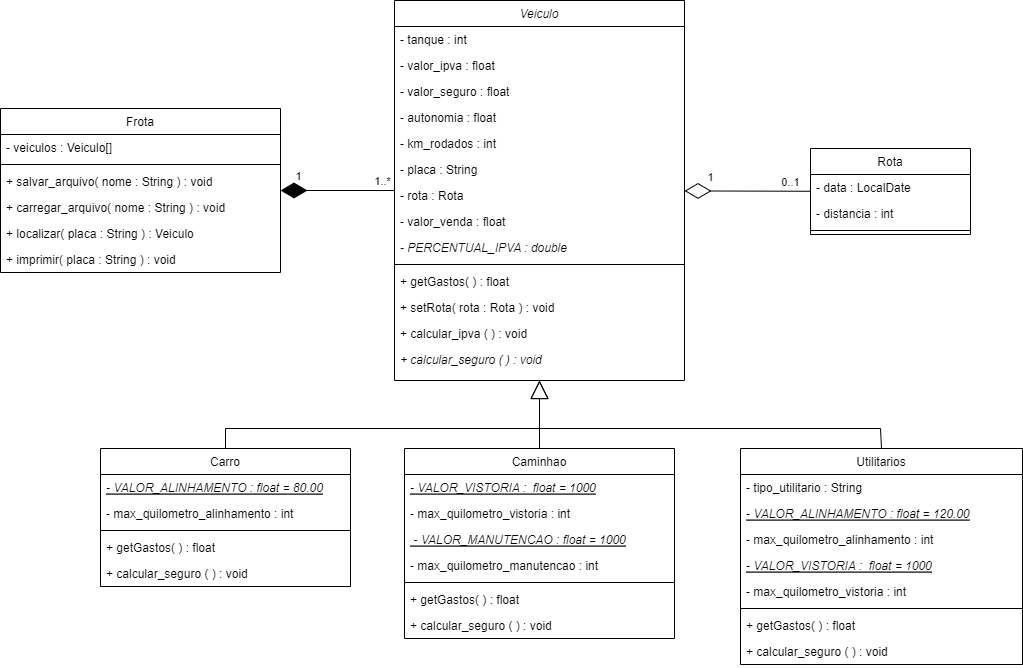
Earlier version of the draw.io export docs/diagramas/diagrama_lpm.png (DisciplinasProgramacao/projetos-3-4-5-team-alpha). Source tidied: cells renumbered, new cells last; positions are measured from the earlier drawing's top-left corner, leaving out a move shared by most shapes.
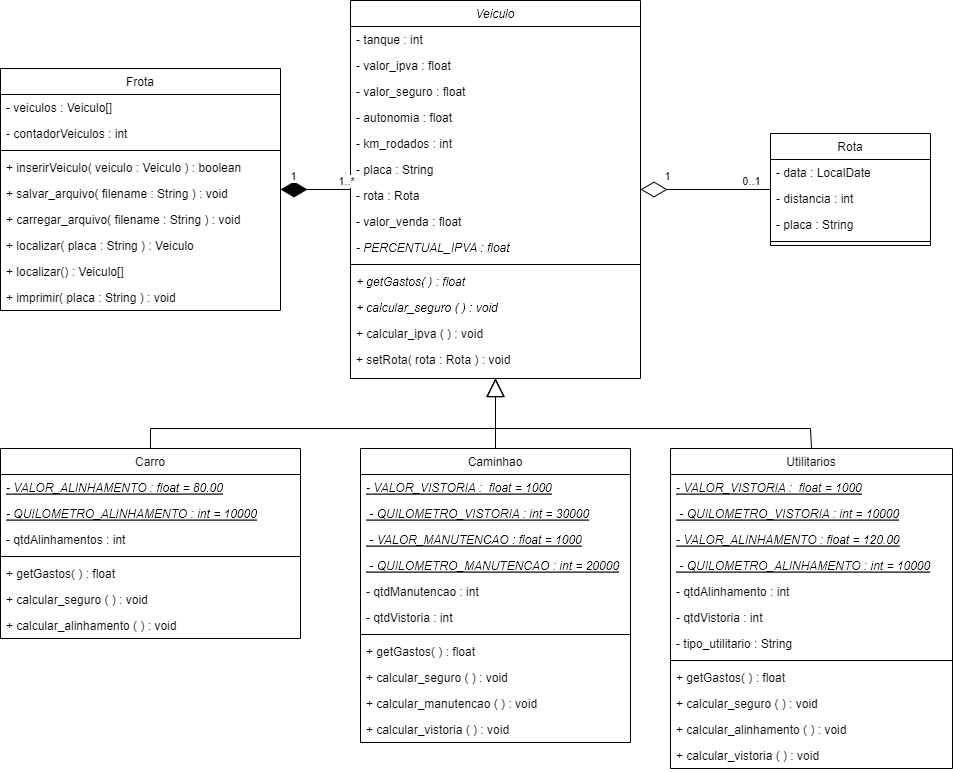
Above is the later version.

Commit message:
[Update] Atualização da uml e compatibilização da uml com o código

Change to the diagram source:
```diff
@@ -3,7 +3,7 @@
     <mxCell id="0" />
     <mxCell id="1" parent="0" />
     <mxCell id="2" value="Veiculo" style="swimlane;fontStyle=2;align=center;verticalAlign=top;horizontal=1;startSize=26;rounded=0;shadow=0;strokeWidth=1;" parent="1" vertex="1">
-      <mxGeometry x="394" width="290" height="380" as="geometry" />
+      <mxGeometry x="420" width="290" height="378" as="geometry" />
     </mxCell>
     <mxCell id="3" value="- tanque : int" style="text;align=left;verticalAlign=top;spacingLeft=4;spacingRight=4;overflow=hidden;rounded=0;shadow=0;html=0;" parent="2" vertex="1">
       <mxGeometry y="26" width="290" height="26" as="geometry" />
@@ -29,68 +29,86 @@
     <mxCell id="10" value="- valor_venda : float" style="text;align=left;verticalAlign=top;spacingLeft=4;spacingRight=4;overflow=hidden;" parent="2" vertex="1">
       <mxGeometry y="208" width="290" height="26" as="geometry" />
     </mxCell>
-    <mxCell id="11" value="- PERCENTUAL_IPVA : double" style="text;align=left;verticalAlign=top;spacingLeft=4;spacingRight=4;overflow=hidden;fontStyle=2;" parent="2" vertex="1">
-      <mxGeometry y="234" width="290" height="26" as="geometry" />
-    </mxCell>
+    <mxCell id="60" value="- PERCENTUAL_IPVA : float" style="text;align=left;verticalAlign=top;spacingLeft=4;spacingRight=4;overflow=hidden;fontStyle=2;" parent="2" vertex="1">
+      <mxGeometry y="234" width="290" height="26" as="geometry" />
+    </mxCell>
     <mxCell id="12" style="line;html=1;strokeWidth=1;align=left;verticalAlign=middle;spacingTop=-1;spacingLeft=3;spacingRight=3;labelPosition=right;" parent="2" vertex="1">
       <mxGeometry y="260" width="290" height="8" as="geometry" />
     </mxCell>
-    <mxCell id="13" value="+ getGastos( ) : float" style="text;align=left;verticalAlign=top;spacingLeft=4;spacingRight=4;overflow=hidden;" parent="2" vertex="1">
+    <mxCell id="13" value="+ getGastos( ) : float" style="text;align=left;verticalAlign=top;spacingLeft=4;spacingRight=4;overflow=hidden;fontStyle=2;" parent="2" vertex="1">
       <mxGeometry y="268" width="290" height="26" as="geometry" />
     </mxCell>
+    <mxCell id="16" value="+ calcular_seguro ( ) : void" style="text;align=left;verticalAlign=top;spacingLeft=4;spacingRight=4;overflow=hidden;fontStyle=2;" parent="2" vertex="1">
+      <mxGeometry y="294" width="290" height="26" as="geometry" />
+    </mxCell>
+    <mxCell id="15" value="+ calcular_ipva ( ) : void" style="text;align=left;verticalAlign=top;spacingLeft=4;spacingRight=4;overflow=hidden;fontStyle=0;" parent="2" vertex="1">
+      <mxGeometry y="320" width="290" height="26" as="geometry" />
+    </mxCell>
     <mxCell id="14" value="+ setRota( rota : Rota ) : void" style="text;align=left;verticalAlign=top;spacingLeft=4;spacingRight=4;overflow=hidden;" parent="2" vertex="1">
-      <mxGeometry y="294" width="290" height="26" as="geometry" />
+      <mxGeometry y="346" width="290" height="26" as="geometry" />
     </mxCell>
-    <mxCell id="15" value="+ calcular_ipva ( ) : void" style="text;align=left;verticalAlign=top;spacingLeft=4;spacingRight=4;overflow=hidden;" parent="2" vertex="1">
-      <mxGeometry y="320" width="290" height="26" as="geometry" />
-    </mxCell>
-    <mxCell id="16" value="+ calcular_seguro ( ) : void" style="text;align=left;verticalAlign=top;spacingLeft=4;spacingRight=4;overflow=hidden;fontStyle=2;" parent="2" vertex="1">
-      <mxGeometry y="346" width="290" height="26" as="geometry" />
-    </mxCell>
     <mxCell id="17" value="Carro" style="swimlane;fontStyle=0;align=center;verticalAlign=top;horizontal=1;startSize=26;rounded=0;shadow=0;strokeWidth=1;" parent="1" vertex="1">
-      <mxGeometry x="100" y="448" width="250" height="138" as="geometry" />
+      <mxGeometry x="70" y="448" width="300" height="190" as="geometry" />
     </mxCell>
     <mxCell id="18" value="- VALOR_ALINHAMENTO : float = 80.00" style="text;align=left;verticalAlign=top;spacingLeft=4;spacingRight=4;overflow=hidden;fontStyle=6;" parent="17" vertex="1">
-      <mxGeometry y="26" width="250" height="26" as="geometry" />
+      <mxGeometry y="26" width="300" height="26" as="geometry" />
     </mxCell>
-    <mxCell id="19" value="- max_quilometro_alinhamento : int" style="text;align=left;verticalAlign=top;spacingLeft=4;spacingRight=4;overflow=hidden;fontStyle=0;" parent="17" vertex="1">
-      <mxGeometry y="52" width="250" height="26" as="geometry" />
+    <mxCell id="19" value="- QUILOMETRO_ALINHAMENTO : int = 10000" style="text;align=left;verticalAlign=top;spacingLeft=4;spacingRight=4;overflow=hidden;fontStyle=6;" parent="17" vertex="1">
+      <mxGeometry y="52" width="300" height="26" as="geometry" />
     </mxCell>
+    <mxCell id="61" value="- qtdAlinhamentos : int " style="text;align=left;verticalAlign=top;spacingLeft=4;spacingRight=4;overflow=hidden;fontStyle=0;" parent="17" vertex="1">
+      <mxGeometry y="78" width="300" height="26" as="geometry" />
+    </mxCell>
     <mxCell id="20" style="line;html=1;strokeWidth=1;align=left;verticalAlign=middle;spacingTop=-1;spacingLeft=3;spacingRight=3;labelPosition=right;" parent="17" vertex="1">
-      <mxGeometry y="78" width="250" height="8" as="geometry" />
+      <mxGeometry y="104" width="300" height="8" as="geometry" />
     </mxCell>
     <mxCell id="21" value="+ getGastos( ) : float" style="text;align=left;verticalAlign=top;spacingLeft=4;spacingRight=4;overflow=hidden;" parent="17" vertex="1">
-      <mxGeometry y="86" width="250" height="26" as="geometry" />
+      <mxGeometry y="112" width="300" height="26" as="geometry" />
     </mxCell>
     <mxCell id="22" value="+ calcular_seguro ( ) : void" style="text;align=left;verticalAlign=top;spacingLeft=4;spacingRight=4;overflow=hidden;" parent="17" vertex="1">
-      <mxGeometry y="112" width="250" height="26" as="geometry" />
+      <mxGeometry y="138" width="300" height="26" as="geometry" />
     </mxCell>
+    <mxCell id="62" value="+ calcular_alinhamento ( ) : void" style="text;align=left;verticalAlign=top;spacingLeft=4;spacingRight=4;overflow=hidden;" parent="17" vertex="1">
+      <mxGeometry y="164" width="300" height="26" as="geometry" />
+    </mxCell>
     <mxCell id="23" value="Caminhao" style="swimlane;fontStyle=0;align=center;verticalAlign=top;horizontal=1;startSize=26;rounded=0;shadow=0;strokeWidth=1;" parent="1" vertex="1">
-      <mxGeometry x="404" y="448" width="270" height="190" as="geometry" />
+      <mxGeometry x="430" y="448" width="270" height="294" as="geometry" />
     </mxCell>
     <mxCell id="24" value="- VALOR_VISTORIA :  float = 1000" style="text;align=left;verticalAlign=top;spacingLeft=4;spacingRight=4;overflow=hidden;rounded=0;shadow=0;html=0;fontStyle=6;" parent="23" vertex="1">
       <mxGeometry y="26" width="270" height="26" as="geometry" />
     </mxCell>
-    <mxCell id="25" value="- max_quilometro_vistoria : int" style="text;align=left;verticalAlign=top;spacingLeft=4;spacingRight=4;overflow=hidden;fontStyle=0;" parent="23" vertex="1">
-      <mxGeometry y="52" width="270" height="26" as="geometry" />
-    </mxCell>
-    <mxCell id="26" value=" - VALOR_MANUTENCAO : float = 1000" style="text;align=left;verticalAlign=top;spacingLeft=4;spacingRight=4;overflow=hidden;fontStyle=6;" parent="23" vertex="1">
-      <mxGeometry y="78" width="270" height="26" as="geometry" />
+    <mxCell id="26" value=" - QUILOMETRO_VISTORIA : int = 30000" style="text;align=left;verticalAlign=top;spacingLeft=4;spacingRight=4;overflow=hidden;fontStyle=6;" parent="23" vertex="1">
+      <mxGeometry y="52" width="270" height="26" as="geometry" />
     </mxCell>
-    <mxCell id="27" value="- max_quilometro_manutencao : int" style="text;align=left;verticalAlign=top;spacingLeft=4;spacingRight=4;overflow=hidden;fontStyle=0;" parent="23" vertex="1">
-      <mxGeometry y="104" width="270" height="26" as="geometry" />
-    </mxCell>
+    <mxCell id="63" value=" - VALOR_MANUTENCAO : float = 1000" style="text;align=left;verticalAlign=top;spacingLeft=4;spacingRight=4;overflow=hidden;fontStyle=6;" parent="23" vertex="1">
+      <mxGeometry y="78" width="270" height="26" as="geometry" />
+    </mxCell>
+    <mxCell id="64" value=" - QUILOMETRO_MANUTENCAO : int = 20000" style="text;align=left;verticalAlign=top;spacingLeft=4;spacingRight=4;overflow=hidden;fontStyle=6;" parent="23" vertex="1">
+      <mxGeometry y="104" width="270" height="26" as="geometry" />
+    </mxCell>
+    <mxCell id="65" value="- qtdManutencao : int " style="text;align=left;verticalAlign=top;spacingLeft=4;spacingRight=4;overflow=hidden;fontStyle=0;" parent="23" vertex="1">
+      <mxGeometry y="130" width="270" height="26" as="geometry" />
+    </mxCell>
+    <mxCell id="66" value="- qtdVistoria : int " style="text;align=left;verticalAlign=top;spacingLeft=4;spacingRight=4;overflow=hidden;fontStyle=0;" parent="23" vertex="1">
+      <mxGeometry y="156" width="270" height="26" as="geometry" />
+    </mxCell>
     <mxCell id="28" style="line;html=1;strokeWidth=1;align=left;verticalAlign=middle;spacingTop=-1;spacingLeft=3;spacingRight=3;labelPosition=right;" parent="23" vertex="1">
-      <mxGeometry y="130" width="270" height="8" as="geometry" />
+      <mxGeometry y="182" width="270" height="8" as="geometry" />
     </mxCell>
     <mxCell id="29" value="+ getGastos( ) : float" style="text;align=left;verticalAlign=top;spacingLeft=4;spacingRight=4;overflow=hidden;" parent="23" vertex="1">
-      <mxGeometry y="138" width="270" height="26" as="geometry" />
+      <mxGeometry y="190" width="270" height="26" as="geometry" />
     </mxCell>
     <mxCell id="30" value="+ calcular_seguro ( ) : void" style="text;align=left;verticalAlign=top;spacingLeft=4;spacingRight=4;overflow=hidden;" parent="23" vertex="1">
-      <mxGeometry y="164" width="270" height="26" as="geometry" />
+      <mxGeometry y="216" width="270" height="26" as="geometry" />
     </mxCell>
+    <mxCell id="67" value="+ calcular_manutencao ( ) : void" style="text;align=left;verticalAlign=top;spacingLeft=4;spacingRight=4;overflow=hidden;" parent="23" vertex="1">
+      <mxGeometry y="242" width="270" height="26" as="geometry" />
+    </mxCell>
+    <mxCell id="68" value="+ calcular_vistoria ( ) : void" style="text;align=left;verticalAlign=top;spacingLeft=4;spacingRight=4;overflow=hidden;" parent="23" vertex="1">
+      <mxGeometry y="268" width="270" height="26" as="geometry" />
+    </mxCell>
     <mxCell id="31" value="Rota" style="swimlane;fontStyle=0;align=center;verticalAlign=top;horizontal=1;startSize=26;rounded=0;shadow=0;strokeWidth=1;" parent="1" vertex="1">
-      <mxGeometry x="810" y="148" width="160" height="86" as="geometry" />
+      <mxGeometry x="840" y="133" width="160" height="112" as="geometry" />
     </mxCell>
     <mxCell id="32" value="- data : LocalDate" style="text;align=left;verticalAlign=top;spacingLeft=4;spacingRight=4;overflow=hidden;rounded=0;shadow=0;html=0;" parent="31" vertex="1">
       <mxGeometry y="26" width="160" height="26" as="geometry" />
@@ -98,72 +116,96 @@
     <mxCell id="33" value="- distancia : int" style="text;align=left;verticalAlign=top;spacingLeft=4;spacingRight=4;overflow=hidden;rounded=0;shadow=0;html=0;" parent="31" vertex="1">
       <mxGeometry y="52" width="160" height="26" as="geometry" />
     </mxCell>
+    <mxCell id="69" value="- placa : String" style="text;align=left;verticalAlign=top;spacingLeft=4;spacingRight=4;overflow=hidden;rounded=0;shadow=0;html=0;" parent="31" vertex="1">
+      <mxGeometry y="78" width="160" height="26" as="geometry" />
+    </mxCell>
     <mxCell id="34" style="line;html=1;strokeWidth=1;align=left;verticalAlign=middle;spacingTop=-1;spacingLeft=3;spacingRight=3;labelPosition=right;" parent="31" vertex="1">
-      <mxGeometry y="78" width="160" height="8" as="geometry" />
+      <mxGeometry y="104" width="160" height="8" as="geometry" />
     </mxCell>
     <mxCell id="35" value="Utilitarios" style="swimlane;fontStyle=0;align=center;verticalAlign=top;horizontal=1;startSize=26;rounded=0;shadow=0;strokeWidth=1;" parent="1" vertex="1">
-      <mxGeometry x="740" y="448" width="282" height="216" as="geometry" />
+      <mxGeometry x="740" y="448" width="282" height="320" as="geometry" />
     </mxCell>
+    <mxCell id="39" value="- VALOR_VISTORIA :  float = 1000" style="text;align=left;verticalAlign=top;spacingLeft=4;spacingRight=4;overflow=hidden;rounded=0;shadow=0;html=0;fontStyle=6;" parent="35" vertex="1">
+      <mxGeometry y="26" width="282" height="26" as="geometry" />
+    </mxCell>
+    <mxCell id="70" value=" - QUILOMETRO_VISTORIA : int = 10000" style="text;align=left;verticalAlign=top;spacingLeft=4;spacingRight=4;overflow=hidden;fontStyle=6;" parent="35" vertex="1">
+      <mxGeometry y="52" width="282" height="26" as="geometry" />
+    </mxCell>
+    <mxCell id="37" value="- VALOR_ALINHAMENTO : float = 120.00" style="text;align=left;verticalAlign=top;spacingLeft=4;spacingRight=4;overflow=hidden;fontStyle=6;" parent="35" vertex="1">
+      <mxGeometry y="78" width="282" height="26" as="geometry" />
+    </mxCell>
+    <mxCell id="71" value=" - QUILOMETRO_ALINHAMENTO : int = 10000" style="text;align=left;verticalAlign=top;spacingLeft=4;spacingRight=4;overflow=hidden;fontStyle=6;" parent="35" vertex="1">
+      <mxGeometry y="104" width="282" height="26" as="geometry" />
+    </mxCell>
+    <mxCell id="72" value="- qtdAlinhamento : int " style="text;align=left;verticalAlign=top;spacingLeft=4;spacingRight=4;overflow=hidden;fontStyle=0;" parent="35" vertex="1">
+      <mxGeometry y="130" width="282" height="26" as="geometry" />
+    </mxCell>
+    <mxCell id="73" value="- qtdVistoria : int " style="text;align=left;verticalAlign=top;spacingLeft=4;spacingRight=4;overflow=hidden;fontStyle=0;" parent="35" vertex="1">
+      <mxGeometry y="156" width="282" height="26" as="geometry" />
+    </mxCell>
     <mxCell id="36" value="- tipo_utilitario : String" style="text;align=left;verticalAlign=top;spacingLeft=4;spacingRight=4;overflow=hidden;fontStyle=0;" parent="35" vertex="1">
-      <mxGeometry y="26" width="282" height="26" as="geometry" />
+      <mxGeometry y="182" width="282" height="26" as="geometry" />
     </mxCell>
-    <mxCell id="37" value="- VALOR_ALINHAMENTO : float = 120.00" style="text;align=left;verticalAlign=top;spacingLeft=4;spacingRight=4;overflow=hidden;fontStyle=6;" parent="35" vertex="1">
-      <mxGeometry y="52" width="282" height="26" as="geometry" />
-    </mxCell>
-    <mxCell id="38" value="- max_quilometro_alinhamento : int" style="text;align=left;verticalAlign=top;spacingLeft=4;spacingRight=4;overflow=hidden;fontStyle=0;" parent="35" vertex="1">
-      <mxGeometry y="78" width="282" height="26" as="geometry" />
-    </mxCell>
-    <mxCell id="39" value="- VALOR_VISTORIA :  float = 1000" style="text;align=left;verticalAlign=top;spacingLeft=4;spacingRight=4;overflow=hidden;rounded=0;shadow=0;html=0;fontStyle=6;" parent="35" vertex="1">
-      <mxGeometry y="104" width="282" height="26" as="geometry" />
-    </mxCell>
-    <mxCell id="40" value="- max_quilometro_vistoria : int" style="text;align=left;verticalAlign=top;spacingLeft=4;spacingRight=4;overflow=hidden;fontStyle=0;" parent="35" vertex="1">
-      <mxGeometry y="130" width="282" height="26" as="geometry" />
-    </mxCell>
     <mxCell id="41" style="line;html=1;strokeWidth=1;align=left;verticalAlign=middle;spacingTop=-1;spacingLeft=3;spacingRight=3;labelPosition=right;" parent="35" vertex="1">
-      <mxGeometry y="156" width="282" height="8" as="geometry" />
+      <mxGeometry y="208" width="282" height="8" as="geometry" />
     </mxCell>
     <mxCell id="42" value="+ getGastos( ) : float" style="text;align=left;verticalAlign=top;spacingLeft=4;spacingRight=4;overflow=hidden;" parent="35" vertex="1">
-      <mxGeometry y="164" width="282" height="26" as="geometry" />
+      <mxGeometry y="216" width="282" height="26" as="geometry" />
     </mxCell>
     <mxCell id="43" value="+ calcular_seguro ( ) : void" style="text;align=left;verticalAlign=top;spacingLeft=4;spacingRight=4;overflow=hidden;" parent="35" vertex="1">
-      <mxGeometry y="190" width="282" height="26" as="geometry" />
+      <mxGeometry y="242" width="282" height="26" as="geometry" />
     </mxCell>
+    <mxCell id="74" value="+ calcular_alinhamento ( ) : void" style="text;align=left;verticalAlign=top;spacingLeft=4;spacingRight=4;overflow=hidden;" parent="35" vertex="1">
+      <mxGeometry y="268" width="282" height="26" as="geometry" />
+    </mxCell>
+    <mxCell id="75" value="+ calcular_vistoria ( ) : void" style="text;align=left;verticalAlign=top;spacingLeft=4;spacingRight=4;overflow=hidden;" parent="35" vertex="1">
+      <mxGeometry y="294" width="282" height="26" as="geometry" />
+    </mxCell>
     <mxCell id="44" style="endArrow=block;endSize=16;endFill=0;html=1;rounded=0;entryX=0.5;entryY=1;entryDx=0;entryDy=0;exitX=0.5;exitY=0;exitDx=0;exitDy=0;" parent="1" edge="1" source="35" target="2">
       <mxGeometry relative="1" as="geometry">
         <Array as="points">
           <mxPoint x="880" y="428" />
-          <mxPoint x="539" y="428" />
+          <mxPoint x="565" y="428" />
         </Array>
       </mxGeometry>
     </mxCell>
     <mxCell id="45" style="endArrow=block;endSize=16;endFill=0;html=1;rounded=0;exitX=0.5;exitY=0;exitDx=0;exitDy=0;entryX=0.5;entryY=1;entryDx=0;entryDy=0;" parent="1" edge="1" source="17" target="2">
       <mxGeometry relative="1" as="geometry">
         <Array as="points">
-          <mxPoint x="225" y="428" />
-          <mxPoint x="539" y="428" />
+          <mxPoint x="220" y="428" />
+          <mxPoint x="565" y="428" />
         </Array>
       </mxGeometry>
     </mxCell>
     <mxCell id="46" value="Frota" style="swimlane;fontStyle=0;align=center;verticalAlign=top;horizontal=1;startSize=26;" parent="1" vertex="1">
-      <mxGeometry y="108" width="280" height="164" as="geometry" />
+      <mxGeometry x="70" y="68" width="280" height="242" as="geometry" />
     </mxCell>
     <mxCell id="47" value="- veiculos : Veiculo[]" style="text;strokeColor=none;fillColor=none;align=left;verticalAlign=top;spacingLeft=4;spacingRight=4;overflow=hidden;" parent="46" vertex="1">
       <mxGeometry y="26" width="280" height="26" as="geometry" />
     </mxCell>
+    <mxCell id="76" value="- contadorVeiculos : int" style="text;strokeColor=none;fillColor=none;align=left;verticalAlign=top;spacingLeft=4;spacingRight=4;overflow=hidden;" parent="46" vertex="1">
+      <mxGeometry y="52" width="280" height="26" as="geometry" />
+    </mxCell>
     <mxCell id="48" style="line;strokeWidth=1;fillColor=none;align=left;verticalAlign=middle;spacingTop=-1;spacingLeft=3;spacingRight=3;labelPosition=right;strokeColor=inherit;" parent="46" vertex="1">
-      <mxGeometry y="52" width="280" height="8" as="geometry" />
+      <mxGeometry y="78" width="280" height="8" as="geometry" />
     </mxCell>
+    <mxCell id="77" value="+ inserirVeiculo( veiculo : Veiculo ) : boolean" style="text;align=left;verticalAlign=top;spacingLeft=4;spacingRight=4;overflow=hidden;" parent="46" vertex="1">
+      <mxGeometry y="86" width="280" height="26" as="geometry" />
+    </mxCell>
-    <mxCell id="49" value="+ salvar_arquivo( nome : String ) : void" style="text;align=left;verticalAlign=top;spacingLeft=4;spacingRight=4;overflow=hidden;" parent="46" vertex="1">
-      <mxGeometry y="60" width="280" height="26" as="geometry" />
+    <mxCell id="49" value="+ salvar_arquivo( filename : String ) : void" style="text;align=left;verticalAlign=top;spacingLeft=4;spacingRight=4;overflow=hidden;" parent="46" vertex="1">
+      <mxGeometry y="112" width="280" height="26" as="geometry" />
     </mxCell>
-    <mxCell id="50" value="+ carregar_arquivo( nome : String ) : void" style="text;align=left;verticalAlign=top;spacingLeft=4;spacingRight=4;overflow=hidden;" parent="46" vertex="1">
-      <mxGeometry y="86" width="280" height="26" as="geometry" />
+    <mxCell id="50" value="+ carregar_arquivo( filename : String ) : void" style="text;align=left;verticalAlign=top;spacingLeft=4;spacingRight=4;overflow=hidden;" parent="46" vertex="1">
+      <mxGeometry y="138" width="280" height="26" as="geometry" />
     </mxCell>
     <mxCell id="51" value="+ localizar( placa : String ) : Veiculo" style="text;align=left;verticalAlign=top;spacingLeft=4;spacingRight=4;overflow=hidden;" parent="46" vertex="1">
-      <mxGeometry y="112" width="280" height="26" as="geometry" />
+      <mxGeometry y="164" width="280" height="26" as="geometry" />
     </mxCell>
+    <mxCell id="78" value="+ localizar() : Veiculo[]" style="text;align=left;verticalAlign=top;spacingLeft=4;spacingRight=4;overflow=hidden;" parent="46" vertex="1">
+      <mxGeometry y="190" width="280" height="26" as="geometry" />
+    </mxCell>
     <mxCell id="52" value="+ imprimir( placa : String ) : void" style="text;align=left;verticalAlign=top;spacingLeft=4;spacingRight=4;overflow=hidden;" parent="46" vertex="1">
-      <mxGeometry y="138" width="280" height="26" as="geometry" />
+      <mxGeometry y="216" width="280" height="26" as="geometry" />
     </mxCell>
     <mxCell id="53" style="endArrow=diamondThin;endFill=1;endSize=24;html=1;rounded=0;" parent="1" edge="1" source="2" target="46">
       <mxGeometry relative="1" as="geometry" />
@@ -191,10 +233,8 @@
         <mxPoint x="9" y="-13" as="offset" />
       </mxGeometry>
     </mxCell>
-    <mxCell id="59" style="endArrow=none;html=1;edgeStyle=orthogonalEdgeStyle;rounded=0;exitX=0.5;exitY=0;exitDx=0;exitDy=0;" parent="1" edge="1" source="23">
-      <mxGeometry relative="1" as="geometry">
-        <mxPoint x="539" y="398" as="targetPoint" />
-      </mxGeometry>
-    </mxCell>
+    <mxCell id="79" style="endArrow=block;endSize=16;endFill=0;html=1;rounded=0;entryX=0.5;entryY=1;entryDx=0;entryDy=0;" parent="1" edge="1" source="23" target="2">
+      <mxGeometry relative="1" as="geometry" />
+    </mxCell>
   </root>
 </mxGraphModel>
```
